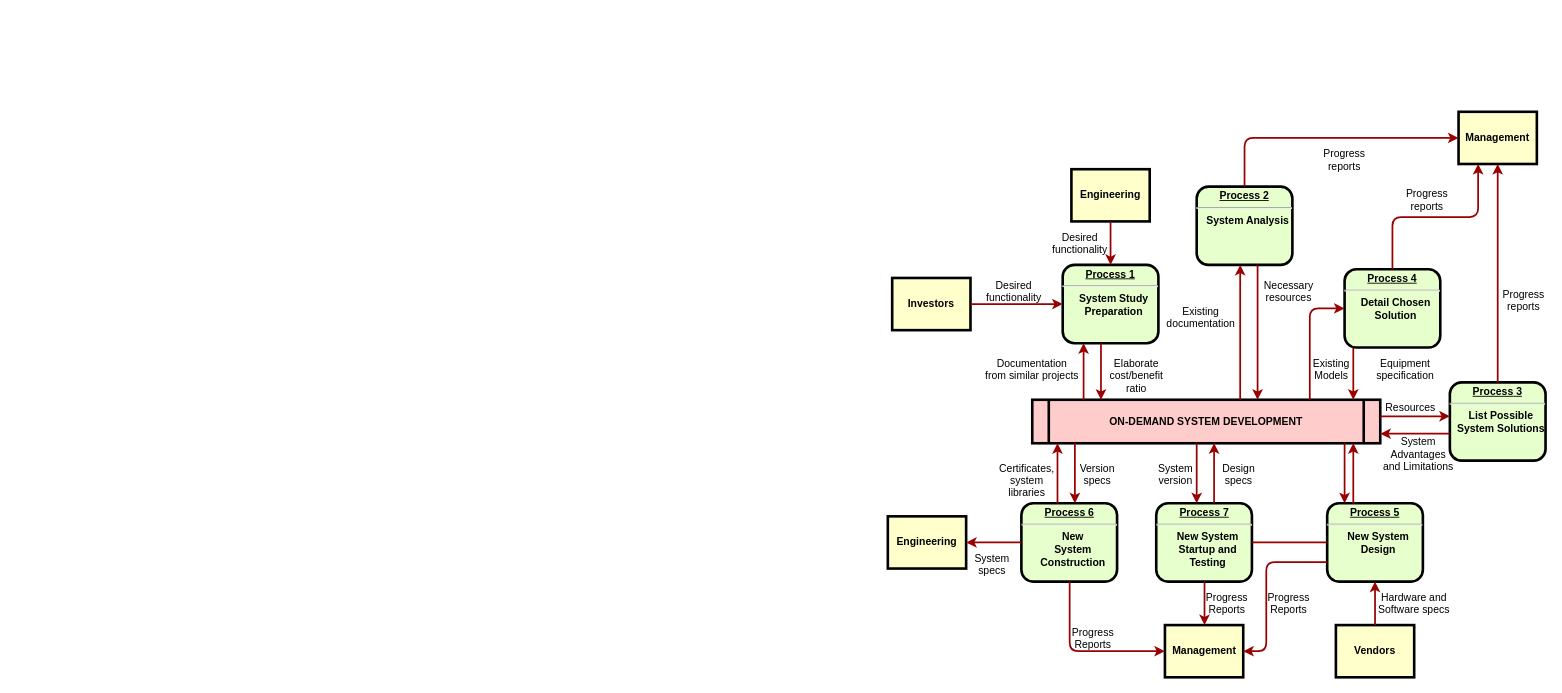
2023-Online-Hospital-Workshop/Online-Hospital-Workshop-Backend keeps this draw.io diagram as 未命名绘图.drawio. Above is the earlier version. Source tidied: cells renumbered, new cells numbered last; positions are measured from the earlier drawing's top-left corner, leaving out a move shared by most shapes. Both pictures are drawn from the tidied source at 87%, with x=0, y=0 at pixel (887, 111).
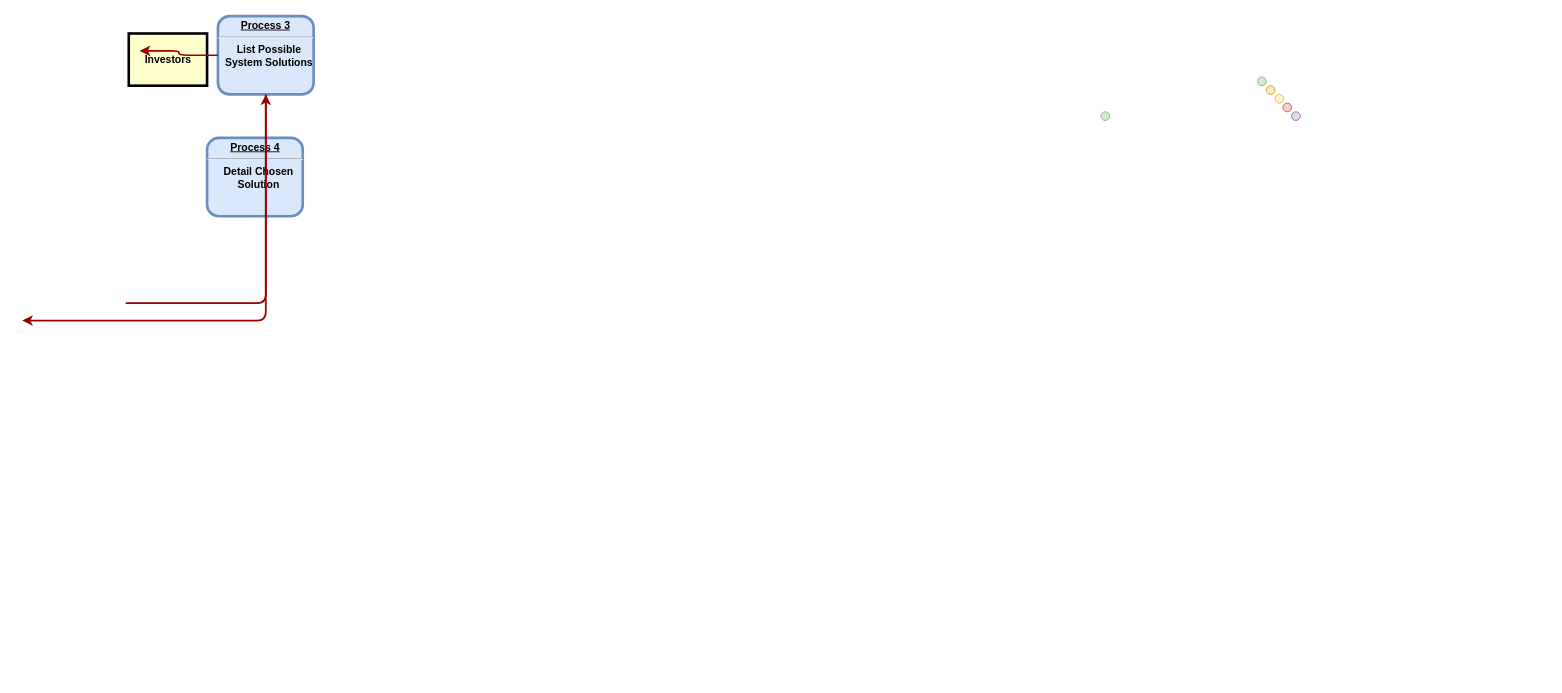
After the change.

Diff of the diagram source:
```diff
@@
-    <mxCell id="2" value="&lt;p style=&quot;margin: 0px; margin-top: 4px; text-align: center; text-decoration: underline;&quot;&gt;&lt;strong&gt;Process 1&lt;br /&gt;&lt;/strong&gt;&lt;/p&gt;&lt;hr /&gt;&lt;p style=&quot;margin: 0px; margin-left: 8px;&quot;&gt;System Study&lt;/p&gt;&lt;p style=&quot;margin: 0px; margin-left: 8px;&quot;&gt;Preparation&lt;/p&gt;" style="verticalAlign=middle;align=center;overflow=fill;fontSize=12;fontFamily=Helvetica;html=1;rounded=1;fontStyle=1;strokeWidth=3;fillColor=#E6FFCC;" parent="1" vertex="1">
-      <mxGeometry x="201" y="176" width="110" height="90" as="geometry" />
-    </mxCell>
-    <mxCell id="3" value="Engineering" style="whiteSpace=wrap;align=center;verticalAlign=middle;fontStyle=1;strokeWidth=3;fillColor=#FFFFCC;" parent="1" vertex="1">
-      <mxGeometry x="211" y="66" width="90" height="60" as="geometry" />
-    </mxCell>
     <mxCell id="4" value="Investors" style="whiteSpace=wrap;align=center;verticalAlign=middle;fontStyle=1;strokeWidth=3;fillColor=#FFFFCC;" parent="1" vertex="1">
-      <mxGeometry x="5" y="191" width="90" height="60" as="geometry" />
+      <mxGeometry x="-872.5" y="-90" width="90" height="60" as="geometry" />
     </mxCell>
-    <mxCell id="5" value="ON-DEMAND SYSTEM DEVELOPMENT" style="shape=process;whiteSpace=wrap;align=center;verticalAlign=middle;size=0.0475;fontStyle=1;strokeWidth=3;fillColor=#FFCCCC;" parent="1" vertex="1">
-      <mxGeometry x="166" y="331" width="400" height="50" as="geometry" />
-    </mxCell>
-    <mxCell id="6" value="&lt;p style=&quot;margin: 0px; margin-top: 4px; text-align: center; text-decoration: underline;&quot;&gt;&lt;strong&gt;Process 2&lt;br /&gt;&lt;/strong&gt;&lt;/p&gt;&lt;hr /&gt;&lt;p style=&quot;margin: 0px; margin-left: 8px;&quot;&gt;System Analysis&lt;/p&gt;" style="verticalAlign=middle;align=center;overflow=fill;fontSize=12;fontFamily=Helvetica;html=1;rounded=1;fontStyle=1;strokeWidth=3;fillColor=#E6FFCC;" parent="1" vertex="1">
-      <mxGeometry x="355" y="86" width="110" height="90" as="geometry" />
-    </mxCell>
-    <mxCell id="7" value="&lt;p style=&quot;margin: 0px; margin-top: 4px; text-align: center; text-decoration: underline;&quot;&gt;&lt;strong&gt;&lt;strong&gt;Process&lt;/strong&gt; 3&lt;br /&gt;&lt;/strong&gt;&lt;/p&gt;&lt;hr /&gt;&lt;p style=&quot;margin: 0px; margin-left: 8px;&quot;&gt;List Possible&lt;/p&gt;&lt;p style=&quot;margin: 0px; margin-left: 8px;&quot;&gt;System Solutions&lt;/p&gt;" style="verticalAlign=middle;align=center;overflow=fill;fontSize=12;fontFamily=Helvetica;html=1;rounded=1;fontStyle=1;strokeWidth=3;fillColor=#E6FFCC;" parent="1" vertex="1">
-      <mxGeometry x="646" y="311" width="110" height="90" as="geometry" />
+    <mxCell id="7" value="&lt;p style=&quot;margin: 0px; margin-top: 4px; text-align: center; text-decoration: underline;&quot;&gt;&lt;strong&gt;&lt;strong&gt;Process&lt;/strong&gt; 3&lt;br /&gt;&lt;/strong&gt;&lt;/p&gt;&lt;hr /&gt;&lt;p style=&quot;margin: 0px; margin-left: 8px;&quot;&gt;List Possible&lt;/p&gt;&lt;p style=&quot;margin: 0px; margin-left: 8px;&quot;&gt;System Solutions&lt;/p&gt;" style="verticalAlign=middle;align=center;overflow=fill;fontSize=12;fontFamily=Helvetica;html=1;rounded=1;fontStyle=1;strokeWidth=3;fillColor=#dae8fc;strokeColor=#6c8ebf;" parent="1" vertex="1">
+      <mxGeometry x="-770" y="-110" width="110" height="90" as="geometry" />
     </mxCell>
-    <mxCell id="8" value="&lt;p style=&quot;margin: 0px; margin-top: 4px; text-align: center; text-decoration: underline;&quot;&gt;&lt;strong&gt;&lt;strong&gt;Process&lt;/strong&gt; 4&lt;br /&gt;&lt;/strong&gt;&lt;/p&gt;&lt;hr /&gt;&lt;p style=&quot;margin: 0px; margin-left: 8px;&quot;&gt;Detail Chosen&lt;/p&gt;&lt;p style=&quot;margin: 0px; margin-left: 8px;&quot;&gt;Solution&lt;/p&gt;" style="verticalAlign=middle;align=center;overflow=fill;fontSize=12;fontFamily=Helvetica;html=1;rounded=1;fontStyle=1;strokeWidth=3;fillColor=#E6FFCC;" parent="1" vertex="1">
-      <mxGeometry x="525" y="181" width="110" height="90" as="geometry" />
+    <mxCell id="8" value="&lt;p style=&quot;margin: 0px; margin-top: 4px; text-align: center; text-decoration: underline;&quot;&gt;&lt;strong&gt;&lt;strong&gt;Process&lt;/strong&gt; 4&lt;br /&gt;&lt;/strong&gt;&lt;/p&gt;&lt;hr /&gt;&lt;p style=&quot;margin: 0px; margin-left: 8px;&quot;&gt;Detail Chosen&lt;/p&gt;&lt;p style=&quot;margin: 0px; margin-left: 8px;&quot;&gt;Solution&lt;/p&gt;" style="verticalAlign=middle;align=center;overflow=fill;fontSize=12;fontFamily=Helvetica;html=1;rounded=1;fontStyle=1;strokeWidth=3;fillColor=#dae8fc;strokeColor=#6c8ebf;" parent="1" vertex="1">
+      <mxGeometry x="-782.5" y="30" width="110" height="90" as="geometry" />
     </mxCell>
-    <mxCell id="9" value="&lt;p style=&quot;margin: 0px; margin-top: 4px; text-align: center; text-decoration: underline;&quot;&gt;&lt;strong&gt;&lt;strong&gt;Process&lt;/strong&gt; 5&lt;br /&gt;&lt;/strong&gt;&lt;/p&gt;&lt;hr /&gt;&lt;p style=&quot;margin: 0px; margin-left: 8px;&quot;&gt;New System&lt;/p&gt;&lt;p style=&quot;margin: 0px; margin-left: 8px;&quot;&gt;Design&lt;/p&gt;" style="verticalAlign=middle;align=center;overflow=fill;fontSize=12;fontFamily=Helvetica;html=1;rounded=1;fontStyle=1;strokeWidth=3;fillColor=#E6FFCC;" parent="1" vertex="1">
-      <mxGeometry x="505" y="450" width="110" height="90" as="geometry" />
-    </mxCell>
-    <mxCell id="10" value="&lt;p style=&quot;margin: 0px; margin-top: 4px; text-align: center; text-decoration: underline;&quot;&gt;&lt;strong&gt;&lt;strong&gt;Process&lt;/strong&gt; 6&lt;br /&gt;&lt;/strong&gt;&lt;/p&gt;&lt;hr /&gt;&lt;p style=&quot;margin: 0px; margin-left: 8px;&quot;&gt;New&lt;/p&gt;&lt;p style=&quot;margin: 0px; margin-left: 8px;&quot;&gt;System&lt;/p&gt;&lt;p style=&quot;margin: 0px; margin-left: 8px;&quot;&gt;Construction&lt;/p&gt;" style="verticalAlign=middle;align=center;overflow=fill;fontSize=12;fontFamily=Helvetica;html=1;rounded=1;fontStyle=1;strokeWidth=3;fillColor=#E6FFCC;" parent="1" vertex="1">
-      <mxGeometry x="153.5" y="450" width="110" height="90" as="geometry" />
-    </mxCell>
-    <mxCell id="11" value="Management" style="whiteSpace=wrap;align=center;verticalAlign=middle;fontStyle=1;strokeWidth=3;fillColor=#FFFFCC;" parent="1" vertex="1">
-      <mxGeometry x="656" width="90" height="60" as="geometry" />
-    </mxCell>
-    <mxCell id="12" value="Management" style="whiteSpace=wrap;align=center;verticalAlign=middle;fontStyle=1;strokeWidth=3;fillColor=#FFFFCC;" parent="1" vertex="1">
-      <mxGeometry x="318.5" y="590" width="90" height="60" as="geometry" />
-    </mxCell>
-    <mxCell id="13" value="Engineering" style="whiteSpace=wrap;align=center;verticalAlign=middle;fontStyle=1;strokeWidth=3;fillColor=#FFFFCC;" parent="1" vertex="1">
-      <mxGeometry y="465" width="90" height="60" as="geometry" />
-    </mxCell>
-    <mxCell id="14" value="Vendors" style="whiteSpace=wrap;align=center;verticalAlign=middle;fontStyle=1;strokeWidth=3;fillColor=#FFFFCC;" parent="1" vertex="1">
-      <mxGeometry x="515" y="590" width="90" height="60" as="geometry" />
-    </mxCell>
-    <mxCell id="15" style="edgeStyle=none;noEdgeStyle=1;strokeColor=#990000;strokeWidth=2;" parent="1" edge="1" source="3" target="2">
-      <mxGeometry relative="1" as="geometry" />
-    </mxCell>
-    <mxCell id="16" style="edgeStyle=none;noEdgeStyle=1;strokeColor=#990000;strokeWidth=2;" parent="1" edge="1" source="4" target="2">
-      <mxGeometry relative="1" as="geometry" />
-    </mxCell>
-    <mxCell id="17" value="&lt;p style=&quot;margin: 0px; margin-top: 4px; text-align: center; text-decoration: underline;&quot;&gt;&lt;strong&gt;&lt;strong&gt;Process&lt;/strong&gt; 7&lt;br /&gt;&lt;/strong&gt;&lt;/p&gt;&lt;hr /&gt;&lt;p style=&quot;margin: 0px; margin-left: 8px;&quot;&gt;New System&lt;/p&gt;&lt;p style=&quot;margin: 0px; margin-left: 8px;&quot;&gt;Startup and&lt;/p&gt;&lt;p style=&quot;margin: 0px; margin-left: 8px;&quot;&gt;Testing&lt;/p&gt;" style="verticalAlign=middle;align=center;overflow=fill;fontSize=12;fontFamily=Helvetica;html=1;rounded=1;fontStyle=1;strokeWidth=3;fillColor=#E6FFCC;" parent="1" vertex="1">
-      <mxGeometry x="308.5" y="450" width="110" height="90" as="geometry" />
-    </mxCell>
-    <mxCell id="18" style="endArrow=none;noEdgeStyle=1;strokeColor=#990000;strokeWidth=2;" parent="1" edge="1" source="9" target="17">
-      <mxGeometry relative="1" as="geometry" />
-    </mxCell>
-    <mxCell id="19" value="Desired &#10;functionality" style="text;spacingTop=-5;align=center;" parent="1" vertex="1">
-      <mxGeometry x="130" y="191" width="30" height="20" as="geometry" />
-    </mxCell>
-    <mxCell id="20" value="Desired &#10;functionality" style="text;spacingTop=-5;align=center;" parent="1" vertex="1">
-      <mxGeometry x="206" y="136" width="30" height="20" as="geometry" />
-    </mxCell>
-    <mxCell id="21" value="Documentation&#10;from similar projects" style="text;spacingTop=-5;align=center;" parent="1" vertex="1">
-      <mxGeometry x="151" y="281" width="30" height="20" as="geometry" />
-    </mxCell>
-    <mxCell id="22" style="edgeStyle=elbowEdgeStyle;elbow=horizontal;strokeColor=#990000;strokeWidth=2;" parent="1" edge="1" source="5" target="2">
-      <mxGeometry relative="1" as="geometry">
-        <Array as="points">
-          <mxPoint x="225" y="310" />
-        </Array>
-      </mxGeometry>
-    </mxCell>
-    <mxCell id="23" style="edgeStyle=elbowEdgeStyle;elbow=horizontal;strokeColor=#990000;strokeWidth=2;" parent="1" edge="1" source="2" target="5">
-      <mxGeometry relative="1" as="geometry">
-        <Array as="points">
-          <mxPoint x="245" y="300" />
-        </Array>
-      </mxGeometry>
-    </mxCell>
-    <mxCell id="24" value="Elaborate&#10;cost/benefit&#10;ratio" style="text;spacingTop=-5;align=center;" parent="1" vertex="1">
-      <mxGeometry x="271" y="281" width="30" height="20" as="geometry" />
-    </mxCell>
-    <mxCell id="25" style="edgeStyle=elbowEdgeStyle;elbow=horizontal;strokeColor=#990000;strokeWidth=2;" parent="1" edge="1" source="5" target="6">
-      <mxGeometry relative="1" as="geometry">
-        <Array as="points">
-          <mxPoint x="405" y="250" />
-        </Array>
-      </mxGeometry>
-    </mxCell>
-    <mxCell id="26" style="edgeStyle=elbowEdgeStyle;elbow=horizontal;strokeColor=#990000;strokeWidth=2;" parent="1" edge="1" source="6" target="5">
-      <mxGeometry relative="1" as="geometry">
-        <Array as="points">
-          <mxPoint x="425" y="260" />
-        </Array>
-      </mxGeometry>
-    </mxCell>
-    <mxCell id="27" value="Existing&#10;documentation" style="text;spacingTop=-5;align=center;" parent="1" vertex="1">
-      <mxGeometry x="345" y="221" width="30" height="20" as="geometry" />
-    </mxCell>
-    <mxCell id="28" value="Necessary&#10;resources" style="text;spacingTop=-5;align=center;" parent="1" vertex="1">
-      <mxGeometry x="446" y="191" width="30" height="20" as="geometry" />
-    </mxCell>
-    <mxCell id="29" value="Progress&#10;reports" style="text;spacingTop=-5;align=center;" parent="1" vertex="1">
-      <mxGeometry x="510" y="40" width="30" height="20" as="geometry" />
-    </mxCell>
-    <mxCell id="30" value="Progress&#10;reports" style="text;spacingTop=-5;align=center;" parent="1" vertex="1">
-      <mxGeometry x="605" y="86" width="30" height="20" as="geometry" />
-    </mxCell>
-    <mxCell id="31" value="Progress&#10;reports" style="text;spacingTop=-5;align=center;" parent="1" vertex="1">
-      <mxGeometry x="716" y="201" width="30" height="20" as="geometry" />
-    </mxCell>
-    <mxCell id="32" style="edgeStyle=elbowEdgeStyle;elbow=horizontal;strokeColor=#990000;strokeWidth=2;" parent="1" edge="1" source="6" target="11">
-      <mxGeometry relative="1" as="geometry">
-        <Array as="points">
-          <mxPoint x="410" y="80" />
-        </Array>
-      </mxGeometry>
-    </mxCell>
-    <mxCell id="33" style="edgeStyle=elbowEdgeStyle;elbow=vertical;entryX=0.25;entryY=1;strokeColor=#990000;strokeWidth=2;" parent="1" edge="1" source="8" target="11">
-      <mxGeometry relative="1" as="geometry" />
-    </mxCell>
-    <mxCell id="34" style="edgeStyle=elbowEdgeStyle;elbow=horizontal;strokeColor=#990000;strokeWidth=2;" parent="1" edge="1" source="7" target="11">
-      <mxGeometry relative="1" as="geometry" />
+    <mxCell id="34" style="edgeStyle=elbowEdgeStyle;elbow=horizontal;strokeColor=#990000;strokeWidth=2;" parent="1" edge="1" source="7">
+      <mxGeometry relative="1" as="geometry">
+        <mxPoint x="-860" y="-70" as="targetPoint" />
+      </mxGeometry>
     </mxCell>
-    <mxCell id="35" style="edgeStyle=elbowEdgeStyle;elbow=horizontal;strokeColor=#990000;strokeWidth=2;" parent="1" edge="1" source="8" target="5">
-      <mxGeometry relative="1" as="geometry">
-        <Array as="points">
-          <mxPoint x="535" y="300" />
-        </Array>
-      </mxGeometry>
-    </mxCell>
-    <mxCell id="36" style="edgeStyle=segmentEdgeStyle;strokeColor=#990000;strokeWidth=2;" parent="1" edge="1" source="5" target="8">
-      <mxGeometry relative="1" as="geometry">
-        <Array as="points">
-          <mxPoint x="485" y="226" />
-        </Array>
-      </mxGeometry>
-    </mxCell>
-    <mxCell id="37" value="Existing&#10;Models" style="text;spacingTop=-5;align=center;" parent="1" vertex="1">
-      <mxGeometry x="495" y="281" width="30" height="20" as="geometry" />
-    </mxCell>
-    <mxCell id="38" value="Equipment&#10;specification" style="text;spacingTop=-5;align=center;" parent="1" vertex="1">
-      <mxGeometry x="580" y="281" width="30" height="20" as="geometry" />
-    </mxCell>
-    <mxCell id="39" style="edgeStyle=elbowEdgeStyle;elbow=vertical;strokeColor=#990000;strokeWidth=2;" parent="1" edge="1" source="5" target="7">
+    <mxCell id="39" style="edgeStyle=elbowEdgeStyle;elbow=vertical;strokeColor=#990000;strokeWidth=2;" parent="1" edge="1" target="7">
       <mxGeometry relative="1" as="geometry">
+        <mxPoint x="-876" y="220" as="sourcePoint" />
         <Array as="points">
-          <mxPoint x="615" y="350" />
+          <mxPoint x="-946" y="220" />
         </Array>
       </mxGeometry>
     </mxCell>
-    <mxCell id="40" style="edgeStyle=elbowEdgeStyle;elbow=vertical;strokeColor=#990000;strokeWidth=2;" parent="1" edge="1" source="7" target="5">
+    <mxCell id="40" style="edgeStyle=elbowEdgeStyle;elbow=vertical;strokeColor=#990000;strokeWidth=2;" parent="1" edge="1" source="7">
       <mxGeometry relative="1" as="geometry">
+        <mxPoint x="-995" y="240" as="targetPoint" />
         <Array as="points">
-          <mxPoint x="615" y="370" />
+          <mxPoint x="-946" y="240" />
         </Array>
       </mxGeometry>
     </mxCell>
-    <mxCell id="41" value="Resources" style="text;spacingTop=-5;align=center;" parent="1" vertex="1">
-      <mxGeometry x="586" y="331" width="30" height="20" as="geometry" />
-    </mxCell>
-    <mxCell id="42" value="System &#10;Advantages &#10;and Limitations" style="text;spacingTop=-5;align=center;" parent="1" vertex="1">
-      <mxGeometry x="595" y="371" width="30" height="20" as="geometry" />
-    </mxCell>
-    <mxCell id="43" style="edgeStyle=elbowEdgeStyle;elbow=horizontal;strokeColor=#990000;strokeWidth=2;" parent="1" edge="1" source="9" target="5">
-      <mxGeometry relative="1" as="geometry">
-        <Array as="points">
-          <mxPoint x="535" y="410" />
-        </Array>
-      </mxGeometry>
-    </mxCell>
-    <mxCell id="44" style="edgeStyle=elbowEdgeStyle;elbow=horizontal;strokeColor=#990000;strokeWidth=2;" parent="1" edge="1" source="5" target="9">
-      <mxGeometry relative="1" as="geometry">
-        <Array as="points">
-          <mxPoint x="525" y="420" />
-        </Array>
-      </mxGeometry>
-    </mxCell>
-    <mxCell id="45" style="edgeStyle=elbowEdgeStyle;elbow=horizontal;strokeColor=#990000;strokeWidth=2;" parent="1" edge="1" source="14" target="9">
-      <mxGeometry relative="1" as="geometry" />
-    </mxCell>
-    <mxCell id="46" value="Hardware and&#10;Software specs" style="text;spacingTop=-5;align=center;" parent="1" vertex="1">
-      <mxGeometry x="590" y="550" width="30" height="20" as="geometry" />
-    </mxCell>
-    <mxCell id="47" style="edgeStyle=elbowEdgeStyle;elbow=horizontal;exitX=0;exitY=0.75;strokeColor=#990000;strokeWidth=2;" parent="1" edge="1" source="9" target="12">
-      <mxGeometry relative="1" as="geometry">
-        <Array as="points">
-          <mxPoint x="435" y="570" />
-        </Array>
-      </mxGeometry>
-    </mxCell>
-    <mxCell id="48" value="Progress&#10;Reports" style="text;spacingTop=-5;align=center;" parent="1" vertex="1">
-      <mxGeometry x="446" y="550" width="30" height="20" as="geometry" />
-    </mxCell>
-    <mxCell id="49" style="edgeStyle=elbowEdgeStyle;elbow=horizontal;strokeColor=#990000;strokeWidth=2;" parent="1" edge="1" source="17" target="12">
-      <mxGeometry relative="1" as="geometry" />
-    </mxCell>
-    <mxCell id="50" value="Progress&#10;Reports" style="text;spacingTop=-5;align=center;" parent="1" vertex="1">
-      <mxGeometry x="375" y="550" width="30" height="20" as="geometry" />
-    </mxCell>
-    <mxCell id="51" style="edgeStyle=elbowEdgeStyle;elbow=horizontal;strokeColor=#990000;strokeWidth=2;" parent="1" edge="1" source="10" target="12">
-      <mxGeometry relative="1" as="geometry">
-        <Array as="points">
-          <mxPoint x="209" y="570" />
-        </Array>
-      </mxGeometry>
-    </mxCell>
-    <mxCell id="52" value="Progress&#10;Reports" style="text;spacingTop=-5;align=center;" parent="1" vertex="1">
-      <mxGeometry x="221" y="590" width="30" height="20" as="geometry" />
-    </mxCell>
-    <mxCell id="53" style="edgeStyle=elbowEdgeStyle;elbow=vertical;strokeColor=#990000;strokeWidth=2;" parent="1" edge="1" source="10" target="13">
-      <mxGeometry relative="1" as="geometry" />
-    </mxCell>
-    <mxCell id="54" style="edgeStyle=elbowEdgeStyle;elbow=horizontal;strokeColor=#990000;strokeWidth=2;" parent="1" edge="1" source="5" target="17">
-      <mxGeometry relative="1" as="geometry">
-        <Array as="points">
-          <mxPoint x="355" y="410" />
-        </Array>
-      </mxGeometry>
-    </mxCell>
-    <mxCell id="55" style="edgeStyle=elbowEdgeStyle;elbow=horizontal;strokeColor=#990000;strokeWidth=2;" parent="1" edge="1" source="17" target="5">
-      <mxGeometry relative="1" as="geometry">
-        <Array as="points">
-          <mxPoint x="375" y="410" />
-        </Array>
-      </mxGeometry>
-    </mxCell>
-    <mxCell id="56" value="Version&#10;specs" style="text;spacingTop=-5;align=center;" parent="1" vertex="1">
-      <mxGeometry x="226" y="401" width="30" height="20" as="geometry" />
-    </mxCell>
-    <mxCell id="57" value="Certificates,&#10;system&#10;libraries" style="text;spacingTop=-5;align=center;" parent="1" vertex="1">
-      <mxGeometry x="145" y="401" width="30" height="20" as="geometry" />
-    </mxCell>
-    <mxCell id="58" style="edgeStyle=elbowEdgeStyle;elbow=horizontal;strokeColor=#990000;strokeWidth=2;" parent="1" edge="1" source="5" target="10">
-      <mxGeometry relative="1" as="geometry">
-        <Array as="points">
-          <mxPoint x="215" y="410" />
-        </Array>
-      </mxGeometry>
-    </mxCell>
-    <mxCell id="59" style="edgeStyle=elbowEdgeStyle;elbow=horizontal;strokeColor=#990000;strokeWidth=2;" parent="1" edge="1" source="10" target="5">
-      <mxGeometry relative="1" as="geometry">
-        <Array as="points">
-          <mxPoint x="195" y="410" />
-        </Array>
-      </mxGeometry>
-    </mxCell>
-    <mxCell id="60" value="System&#10;specs" style="text;spacingTop=-5;align=center;" parent="1" vertex="1">
-      <mxGeometry x="105" y="505" width="30" height="20" as="geometry" />
-    </mxCell>
-    <mxCell id="61" value="Design&#10;specs" style="text;spacingTop=-5;align=center;" parent="1" vertex="1">
-      <mxGeometry x="388.5" y="401" width="30" height="20" as="geometry" />
-    </mxCell>
-    <mxCell id="62" value="System&#10;version" style="text;spacingTop=-5;align=center;" parent="1" vertex="1">
-      <mxGeometry x="316" y="401" width="30" height="20" as="geometry" />
-    </mxCell>
+    <mxCell id="63" style="group;" parent="1" vertex="1">
+      <mxGeometry x="425" y="-40" width="49" height="50" as="geometry" />
+    </mxCell>
+    <mxCell id="64" style="ellipse;whiteSpace=wrap;html=1;fillColor=#d5e8d4;strokeColor=#82b366;" parent="63" vertex="1">
+      <mxGeometry width="10" height="10" as="geometry" />
+    </mxCell>
+    <mxCell id="65" style="ellipse;whiteSpace=wrap;html=1;fillColor=#ffe6cc;strokeColor=#d79b00;" parent="63" vertex="1">
+      <mxGeometry x="10" y="10" width="10" height="10" as="geometry" />
+    </mxCell>
+    <mxCell id="66" style="ellipse;whiteSpace=wrap;html=1;fillColor=#fff2cc;strokeColor=#d6b656;" parent="63" vertex="1">
+      <mxGeometry x="20" y="20" width="10" height="10" as="geometry" />
+    </mxCell>
+    <mxCell id="67" style="ellipse;whiteSpace=wrap;html=1;fillColor=#e1d5e7;strokeColor=#9673a6;" parent="63" vertex="1">
+      <mxGeometry x="39" y="40" width="10" height="10" as="geometry" />
+    </mxCell>
+    <mxCell id="68" style="ellipse;whiteSpace=wrap;html=1;fillColor=#f8cecc;strokeColor=#b85450;" parent="63" vertex="1">
+      <mxGeometry x="29" y="30" width="10" height="10" as="geometry" />
+    </mxCell>
+    <mxCell id="69" style="ellipse;whiteSpace=wrap;html=1;fillColor=#d5e8d4;strokeColor=#82b366;" parent="1" vertex="1">
+      <mxGeometry x="245" width="10" height="10" as="geometry" />
+    </mxCell>
```
